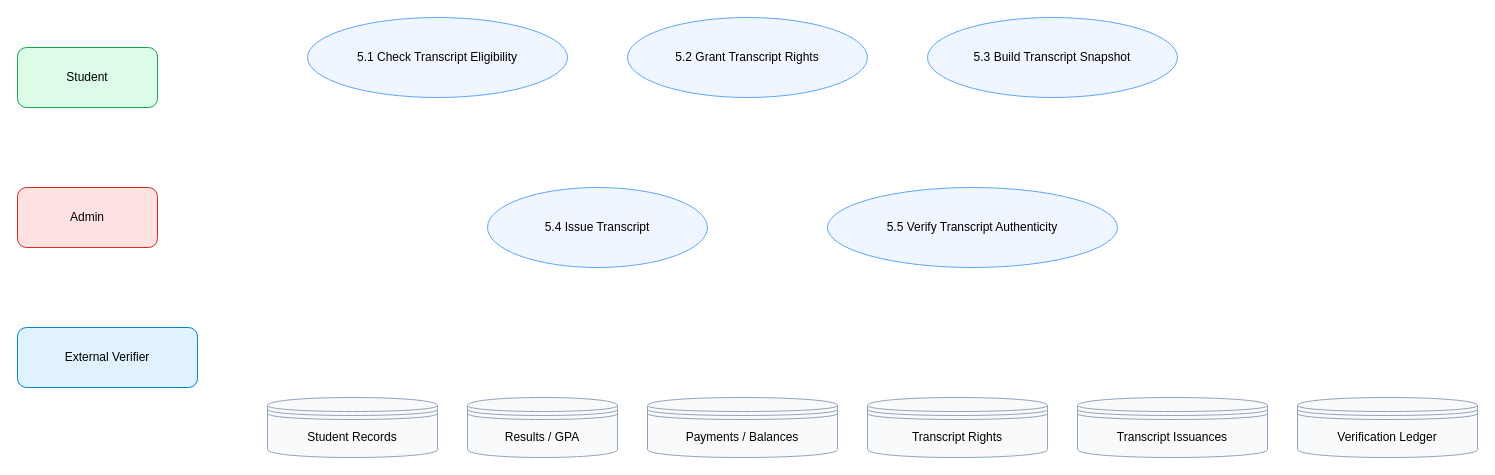
Above: docs/diagrams/smns-dfd-level-2-transcript.drawio in AROSOFTio/smns (draw.io), before the change. Source tidied: cells renumbered, new cells numbered last; positions are measured from the earlier drawing's top-left corner, leaving out a move shared by most shapes. Both pictures are drawn from the tidied source at 100%, with x=0, y=0 at pixel (17, 17).
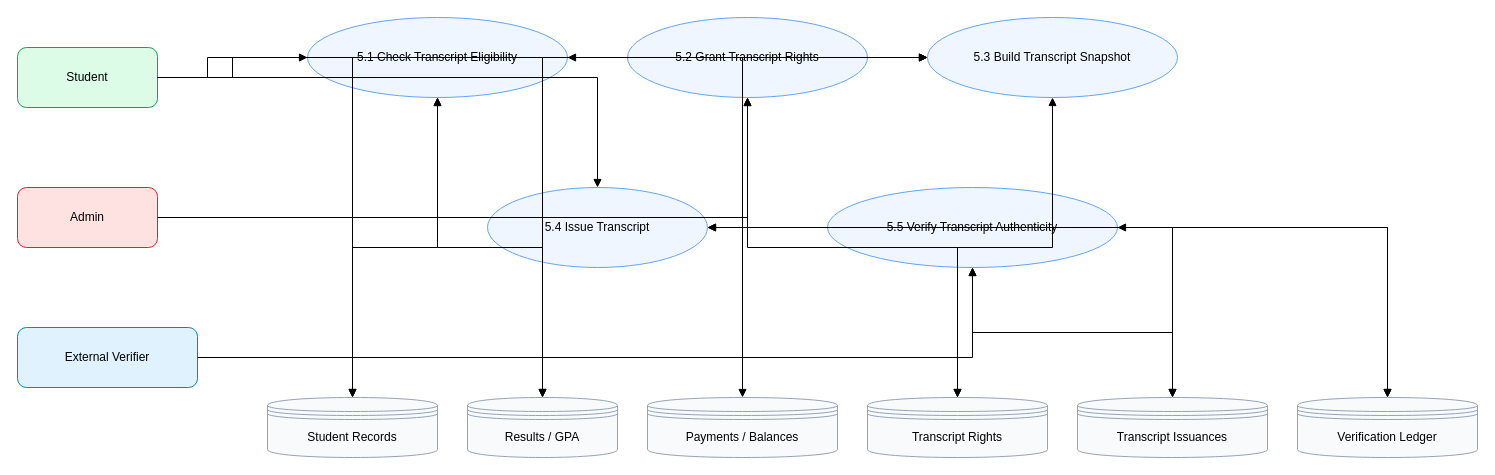
The same page after the edit.

The change refers to these unchanged cells:
```xml
<mxCell id="2" value="Student" style="rounded=1;whiteSpace=wrap;html=1;fillColor=#dcfce7;strokeColor=#16a34a;" parent="1" vertex="1">
  <mxGeometry y="30" width="140" height="60" as="geometry" />
</mxCell>
<mxCell id="3" value="Admin" style="rounded=1;whiteSpace=wrap;html=1;fillColor=#fee2e2;strokeColor=#dc2626;" parent="1" vertex="1">
  <mxGeometry y="170" width="140" height="60" as="geometry" />
</mxCell>
<mxCell id="4" value="External Verifier" style="rounded=1;whiteSpace=wrap;html=1;fillColor=#e0f2fe;strokeColor=#0284c7;" parent="1" vertex="1">
  <mxGeometry y="310" width="180" height="60" as="geometry" />
</mxCell>
<mxCell id="5" value="5.1 Check Transcript Eligibility" style="ellipse;whiteSpace=wrap;html=1;fillColor=#eff6ff;strokeColor=#60a5fa;" parent="1" vertex="1">
  <mxGeometry x="290" width="260" height="80" as="geometry" />
</mxCell>
<mxCell id="6" value="5.2 Grant Transcript Rights" style="ellipse;whiteSpace=wrap;html=1;fillColor=#eff6ff;strokeColor=#60a5fa;" parent="1" vertex="1">
  <mxGeometry x="610" width="240" height="80" as="geometry" />
</mxCell>
<mxCell id="7" value="5.3 Build Transcript Snapshot" style="ellipse;whiteSpace=wrap;html=1;fillColor=#eff6ff;strokeColor=#60a5fa;" parent="1" vertex="1">
  <mxGeometry x="910" width="250" height="80" as="geometry" />
</mxCell>
<mxCell id="8" value="5.4 Issue Transcript" style="ellipse;whiteSpace=wrap;html=1;fillColor=#eff6ff;strokeColor=#60a5fa;" parent="1" vertex="1">
  <mxGeometry x="470" y="170" width="220" height="80" as="geometry" />
</mxCell>
<mxCell id="9" value="5.5 Verify Transcript Authenticity" style="ellipse;whiteSpace=wrap;html=1;fillColor=#eff6ff;strokeColor=#60a5fa;" parent="1" vertex="1">
  <mxGeometry x="810" y="170" width="290" height="80" as="geometry" />
</mxCell>
<mxCell id="10" value="Student Records" style="shape=datastore;whiteSpace=wrap;html=1;fillColor=#f8fafc;strokeColor=#94a3b8;" parent="1" vertex="1">
  <mxGeometry x="250" y="380" width="170" height="60" as="geometry" />
</mxCell>
<mxCell id="11" value="Results / GPA" style="shape=datastore;whiteSpace=wrap;html=1;fillColor=#f8fafc;strokeColor=#94a3b8;" parent="1" vertex="1">
  <mxGeometry x="450" y="380" width="150" height="60" as="geometry" />
</mxCell>
<mxCell id="12" value="Payments / Balances" style="shape=datastore;whiteSpace=wrap;html=1;fillColor=#f8fafc;strokeColor=#94a3b8;" parent="1" vertex="1">
  <mxGeometry x="630" y="380" width="190" height="60" as="geometry" />
</mxCell>
<mxCell id="13" value="Transcript Rights" style="shape=datastore;whiteSpace=wrap;html=1;fillColor=#f8fafc;strokeColor=#94a3b8;" parent="1" vertex="1">
  <mxGeometry x="850" y="380" width="180" height="60" as="geometry" />
</mxCell>
<mxCell id="14" value="Transcript Issuances" style="shape=datastore;whiteSpace=wrap;html=1;fillColor=#f8fafc;strokeColor=#94a3b8;" parent="1" vertex="1">
  <mxGeometry x="1060" y="380" width="190" height="60" as="geometry" />
</mxCell>
<mxCell id="15" value="Verification Ledger" style="shape=datastore;whiteSpace=wrap;html=1;fillColor=#f8fafc;strokeColor=#94a3b8;" parent="1" vertex="1">
  <mxGeometry x="1280" y="380" width="180" height="60" as="geometry" />
</mxCell>
```

Diff of the diagram source:
```diff
@@
+    <mxCell id="16" style="edgeStyle=orthogonalEdgeStyle;rounded=0;html=1;endArrow=block;" parent="1" edge="1" source="2" target="5">
+      <mxGeometry relative="1" as="geometry" />
+    </mxCell>
+    <mxCell id="17" style="edgeStyle=orthogonalEdgeStyle;rounded=0;html=1;endArrow=block;" parent="1" edge="1" source="3" target="6">
+      <mxGeometry relative="1" as="geometry" />
+    </mxCell>
+    <mxCell id="18" style="edgeStyle=orthogonalEdgeStyle;rounded=0;html=1;endArrow=block;" parent="1" edge="1" source="2" target="7">
+      <mxGeometry relative="1" as="geometry">
+        <Array as="points">
+          <mxPoint x="190" y="60" />
+          <mxPoint x="190" y="40" />
+        </Array>
+      </mxGeometry>
+    </mxCell>
+    <mxCell id="19" style="edgeStyle=orthogonalEdgeStyle;rounded=0;html=1;endArrow=block;" parent="1" edge="1" source="2" target="8">
+      <mxGeometry relative="1" as="geometry" />
+    </mxCell>
+    <mxCell id="20" style="edgeStyle=orthogonalEdgeStyle;rounded=0;html=1;endArrow=block;" parent="1" edge="1" source="4" target="9">
+      <mxGeometry relative="1" as="geometry" />
+    </mxCell>
+    <mxCell id="21" style="edgeStyle=orthogonalEdgeStyle;rounded=0;html=1;endArrow=block;startArrow=block;" parent="1" edge="1" source="5" target="10">
+      <mxGeometry relative="1" as="geometry" />
+    </mxCell>
+    <mxCell id="22" style="edgeStyle=orthogonalEdgeStyle;rounded=0;html=1;endArrow=block;startArrow=block;" parent="1" edge="1" source="5" target="11">
+      <mxGeometry relative="1" as="geometry" />
+    </mxCell>
+    <mxCell id="23" style="edgeStyle=orthogonalEdgeStyle;rounded=0;html=1;endArrow=block;startArrow=block;" parent="1" edge="1" source="5" target="12">
+      <mxGeometry relative="1" as="geometry" />
+    </mxCell>
+    <mxCell id="24" style="edgeStyle=orthogonalEdgeStyle;rounded=0;html=1;endArrow=block;startArrow=block;" parent="1" edge="1" source="6" target="13">
+      <mxGeometry relative="1" as="geometry" />
+    </mxCell>
+    <mxCell id="25" style="edgeStyle=orthogonalEdgeStyle;rounded=0;html=1;endArrow=block;startArrow=block;" parent="1" edge="1" source="7" target="10">
+      <mxGeometry relative="1" as="geometry" />
+    </mxCell>
+    <mxCell id="26" style="edgeStyle=orthogonalEdgeStyle;rounded=0;html=1;endArrow=block;startArrow=block;" parent="1" edge="1" source="7" target="11">
+      <mxGeometry relative="1" as="geometry" />
+    </mxCell>
+    <mxCell id="27" style="edgeStyle=orthogonalEdgeStyle;rounded=0;html=1;endArrow=block;startArrow=block;" parent="1" edge="1" source="7" target="13">
+      <mxGeometry relative="1" as="geometry" />
+    </mxCell>
+    <mxCell id="28" style="edgeStyle=orthogonalEdgeStyle;rounded=0;html=1;endArrow=block;startArrow=block;" parent="1" edge="1" source="8" target="14">
+      <mxGeometry relative="1" as="geometry" />
+    </mxCell>
+    <mxCell id="29" style="edgeStyle=orthogonalEdgeStyle;rounded=0;html=1;endArrow=block;startArrow=block;" parent="1" edge="1" source="8" target="15">
+      <mxGeometry relative="1" as="geometry" />
+    </mxCell>
+    <mxCell id="30" style="edgeStyle=orthogonalEdgeStyle;rounded=0;html=1;endArrow=block;startArrow=block;" parent="1" edge="1" source="9" target="14">
+      <mxGeometry relative="1" as="geometry" />
+    </mxCell>
+    <mxCell id="31" style="edgeStyle=orthogonalEdgeStyle;rounded=0;html=1;endArrow=block;startArrow=block;" parent="1" edge="1" source="9" target="15">
+      <mxGeometry relative="1" as="geometry" />
+    </mxCell>
```
